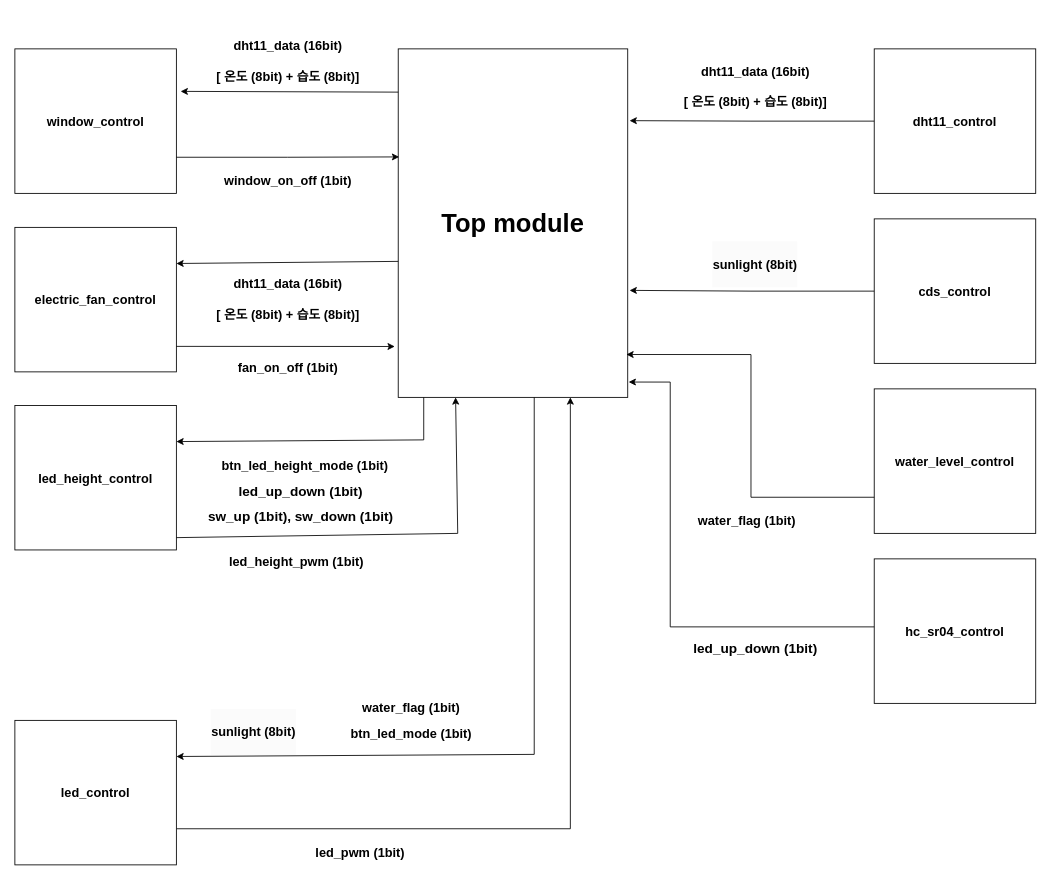
Above: Blcoc_diagram.drawio in wwww2128/smartfarm (draw.io), before the change. Source tidied: cells renumbered, new cells numbered last; positions are measured from the earlier drawing's top-left corner, leaving out a move shared by most shapes. Both pictures are drawn from the tidied source at 85%, with x=0, y=0 at pixel (14, 14).
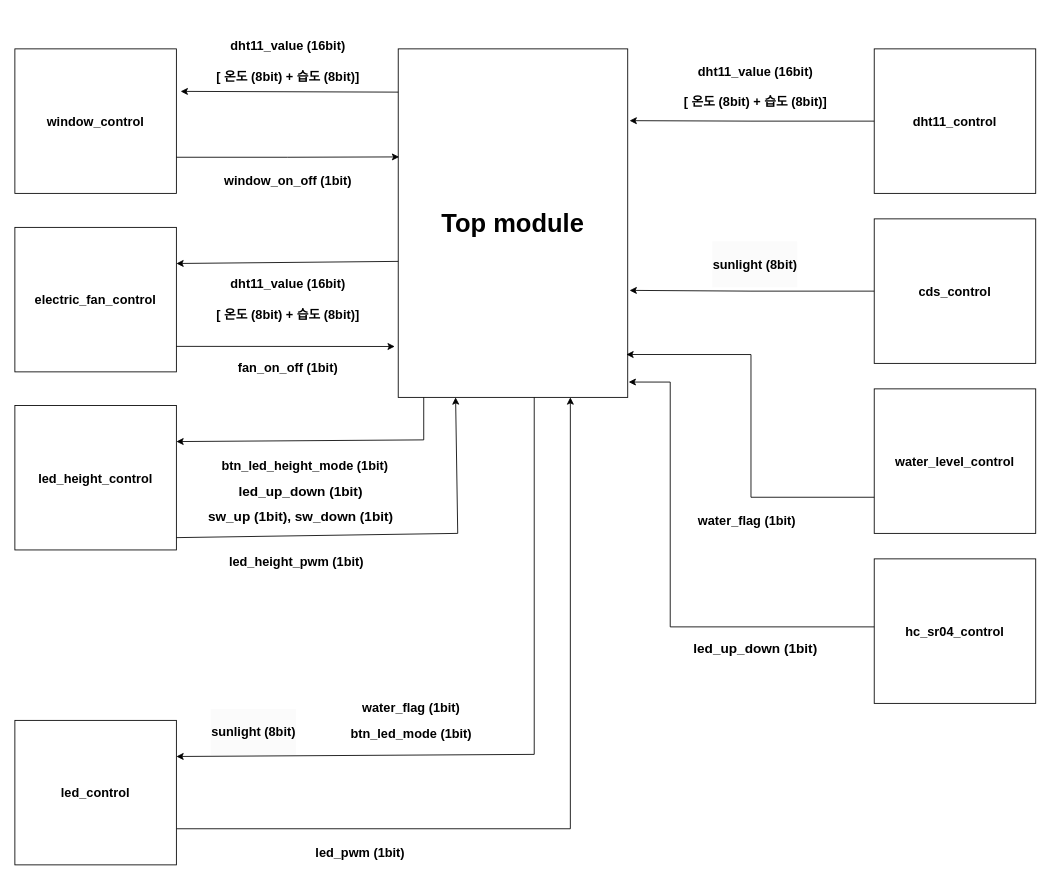
Above is the later version.

Change to the diagram source:
```diff
@@
-    <mxCell id="4" value="&lt;div&gt;&lt;font style=&quot;font-size: 15px;&quot;&gt;&lt;b&gt;&lt;br&gt;&lt;/b&gt;&lt;/font&gt;&lt;/div&gt;&lt;font style=&quot;font-size: 15px;&quot;&gt;&lt;b&gt;&lt;div&gt;&lt;font style=&quot;font-size: 15px;&quot;&gt;&lt;b&gt;dht11_data (16bit)&lt;/b&gt;&lt;/font&gt;&lt;/div&gt;&lt;div&gt;&lt;font style=&quot;font-size: 15px;&quot;&gt;&lt;b&gt;&lt;br&gt;&lt;/b&gt;&lt;/font&gt;&lt;/div&gt;&lt;div&gt;&lt;font style=&quot;font-size: 15px;&quot;&gt;&lt;b&gt;[ 온도 (8bit) + 습도 (8bit)]&lt;/b&gt;&lt;/font&gt;&lt;/div&gt;&lt;/b&gt;&lt;/font&gt;" style="text;html=1;align=center;verticalAlign=middle;strokeColor=none;fillColor=none;" parent="1" vertex="1">
+    <mxCell id="4" value="&lt;div&gt;&lt;font style=&quot;font-size: 15px;&quot;&gt;&lt;b&gt;&lt;br&gt;&lt;/b&gt;&lt;/font&gt;&lt;/div&gt;&lt;font style=&quot;font-size: 15px;&quot;&gt;&lt;b&gt;&lt;div&gt;&lt;font style=&quot;font-size: 15px;&quot;&gt;&lt;b&gt;dht11_value (16bit)&lt;/b&gt;&lt;/font&gt;&lt;/div&gt;&lt;div&gt;&lt;font style=&quot;font-size: 15px;&quot;&gt;&lt;b&gt;&lt;br&gt;&lt;/b&gt;&lt;/font&gt;&lt;/div&gt;&lt;div&gt;&lt;font style=&quot;font-size: 15px;&quot;&gt;&lt;b&gt;[ 온도 (8bit) + 습도 (8bit)]&lt;/b&gt;&lt;/font&gt;&lt;/div&gt;&lt;/b&gt;&lt;/font&gt;" style="text;html=1;align=center;verticalAlign=middle;strokeColor=none;fillColor=none;" parent="1" vertex="1">
       <mxGeometry x="771" y="30" width="200" height="90" as="geometry" />
     </mxCell>
@@
-    <mxCell id="18" value="&lt;div&gt;&lt;font style=&quot;font-size: 15px;&quot;&gt;&lt;b&gt;&lt;br&gt;&lt;/b&gt;&lt;/font&gt;&lt;/div&gt;&lt;font style=&quot;font-size: 15px;&quot;&gt;&lt;b&gt;&lt;div&gt;&lt;font style=&quot;font-size: 15px;&quot;&gt;&lt;b&gt;dht11_data (16bit)&lt;/b&gt;&lt;/font&gt;&lt;/div&gt;&lt;div&gt;&lt;font style=&quot;font-size: 15px;&quot;&gt;&lt;b&gt;&lt;br&gt;&lt;/b&gt;&lt;/font&gt;&lt;/div&gt;&lt;div&gt;&lt;font style=&quot;font-size: 15px;&quot;&gt;&lt;b&gt;[ 온도 (8bit) + 습도 (8bit)]&lt;/b&gt;&lt;/font&gt;&lt;/div&gt;&lt;/b&gt;&lt;/font&gt;" style="text;html=1;align=center;verticalAlign=middle;strokeColor=none;fillColor=none;" parent="1" vertex="1">
+    <mxCell id="18" value="&lt;div&gt;&lt;font style=&quot;font-size: 15px;&quot;&gt;&lt;b&gt;&lt;br&gt;&lt;/b&gt;&lt;/font&gt;&lt;/div&gt;&lt;font style=&quot;font-size: 15px;&quot;&gt;&lt;b&gt;&lt;div&gt;&lt;font style=&quot;font-size: 15px;&quot;&gt;&lt;b&gt;dht11_value (16bit)&lt;/b&gt;&lt;/font&gt;&lt;/div&gt;&lt;div&gt;&lt;font style=&quot;font-size: 15px;&quot;&gt;&lt;b&gt;&lt;br&gt;&lt;/b&gt;&lt;/font&gt;&lt;/div&gt;&lt;div&gt;&lt;font style=&quot;font-size: 15px;&quot;&gt;&lt;b&gt;[ 온도 (8bit) + 습도 (8bit)]&lt;/b&gt;&lt;/font&gt;&lt;/div&gt;&lt;/b&gt;&lt;/font&gt;" style="text;html=1;align=center;verticalAlign=middle;strokeColor=none;fillColor=none;" parent="1" vertex="1">
       <mxGeometry x="221" width="200" height="90" as="geometry" />
     </mxCell>
@@
-    <mxCell id="22" value="&lt;div&gt;&lt;font style=&quot;font-size: 15px;&quot;&gt;&lt;b&gt;&lt;br&gt;&lt;/b&gt;&lt;/font&gt;&lt;/div&gt;&lt;font style=&quot;font-size: 15px;&quot;&gt;&lt;b&gt;&lt;div&gt;&lt;font style=&quot;font-size: 15px;&quot;&gt;&lt;b&gt;dht11_data (16bit)&lt;/b&gt;&lt;/font&gt;&lt;/div&gt;&lt;div&gt;&lt;font style=&quot;font-size: 15px;&quot;&gt;&lt;b&gt;&lt;br&gt;&lt;/b&gt;&lt;/font&gt;&lt;/div&gt;&lt;div&gt;&lt;font style=&quot;font-size: 15px;&quot;&gt;&lt;b&gt;[ 온도 (8bit) + 습도 (8bit)]&lt;/b&gt;&lt;/font&gt;&lt;/div&gt;&lt;/b&gt;&lt;/font&gt;" style="text;html=1;align=center;verticalAlign=middle;strokeColor=none;fillColor=none;" parent="1" vertex="1">
+    <mxCell id="22" value="&lt;div&gt;&lt;font style=&quot;font-size: 15px;&quot;&gt;&lt;b&gt;&lt;br&gt;&lt;/b&gt;&lt;/font&gt;&lt;/div&gt;&lt;font style=&quot;font-size: 15px;&quot;&gt;&lt;b&gt;&lt;div&gt;&lt;font style=&quot;font-size: 15px;&quot;&gt;&lt;b&gt;dht11_value (16bit)&lt;/b&gt;&lt;/font&gt;&lt;/div&gt;&lt;div&gt;&lt;font style=&quot;font-size: 15px;&quot;&gt;&lt;b&gt;&lt;br&gt;&lt;/b&gt;&lt;/font&gt;&lt;/div&gt;&lt;div&gt;&lt;font style=&quot;font-size: 15px;&quot;&gt;&lt;b&gt;[ 온도 (8bit) + 습도 (8bit)]&lt;/b&gt;&lt;/font&gt;&lt;/div&gt;&lt;/b&gt;&lt;/font&gt;" style="text;html=1;align=center;verticalAlign=middle;strokeColor=none;fillColor=none;" parent="1" vertex="1">
       <mxGeometry x="221" y="280" width="200" height="90" as="geometry" />
     </mxCell>
```
